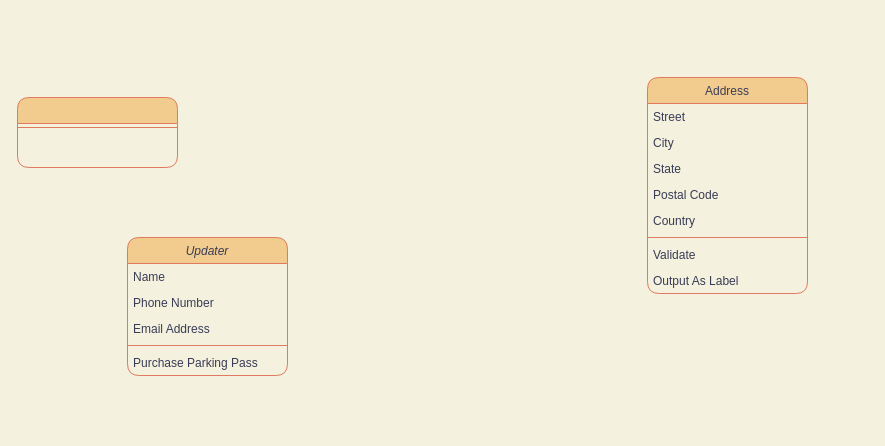
The draw.io diagram alas分解/未命名绘图.drawio in z291384521/Python-notebook, before the edit. Source tidied: cells renumbered, new cells numbered last; positions are measured from the earlier drawing's top-left corner, leaving out a move shared by most shapes. Both pictures are drawn from the tidied source at 100%, with x=0, y=0 at pixel (17, 77).
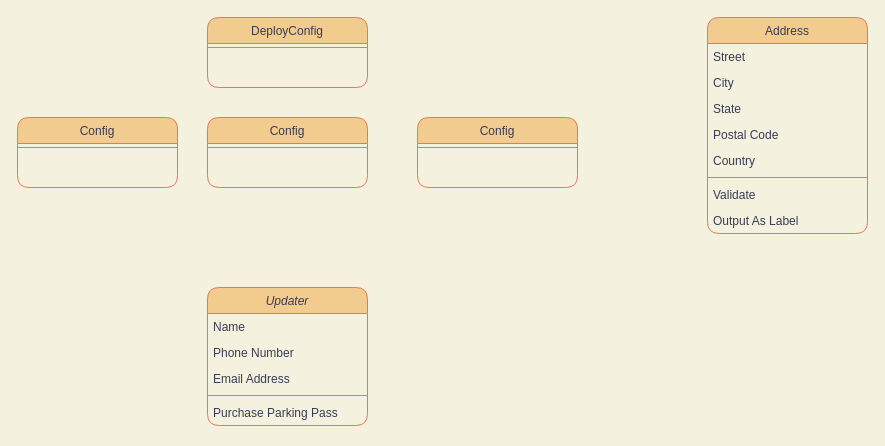
After the change.

Commit message:
更新未命名绘图.drawio

What changed in the source:
```diff
@@
     <mxCell id="2" value="Updater" style="swimlane;fontStyle=2;align=center;verticalAlign=top;horizontal=1;startSize=26;rounded=1;shadow=0;strokeWidth=1;fillColor=#F2CC8F;strokeColor=#E07A5F;fontColor=#393C56;" parent="1" vertex="1">
-      <mxGeometry x="110" y="160" width="160" height="138" as="geometry" />
+      <mxGeometry x="190" y="210" width="160" height="138" as="geometry" />
     </mxCell>
@@
-    <mxCell id="6" style="line;html=1;strokeWidth=1;align=left;verticalAlign=middle;spacingTop=-1;spacingLeft=3;spacingRight=3;labelPosition=right;labelBackgroundColor=#F4F1DE;fillColor=#F2CC8F;strokeColor=#E07A5F;fontColor=#393C56;rounded=1;" parent="2" vertex="1">
+    <mxCell id="6" style="line;html=1;strokeWidth=1;align=left;verticalAlign=middle;spacingTop=-1;spacingLeft=3;spacingRight=3;labelPosition=right;fillColor=#F2CC8F;strokeColor=#E07A5F;fontColor=#393C56;rounded=1;labelBackgroundColor=#F4F1DE;" parent="2" vertex="1">
       <mxGeometry y="104" width="160" height="8" as="geometry" />
     </mxCell>
@@
     <mxCell id="8" value="Address" style="swimlane;fontStyle=0;align=center;verticalAlign=top;horizontal=1;startSize=26;rounded=1;shadow=0;strokeWidth=1;fillColor=#F2CC8F;strokeColor=#E07A5F;fontColor=#393C56;" parent="1" vertex="1">
-      <mxGeometry x="630" width="160" height="216" as="geometry" />
+      <mxGeometry x="690" y="-60" width="160" height="216" as="geometry" />
     </mxCell>
@@
-    <mxCell id="14" style="line;html=1;strokeWidth=1;align=left;verticalAlign=middle;spacingTop=-1;spacingLeft=3;spacingRight=3;labelPosition=right;labelBackgroundColor=#F4F1DE;fillColor=#F2CC8F;strokeColor=#E07A5F;fontColor=#393C56;rounded=1;" parent="8" vertex="1">
+    <mxCell id="14" style="line;html=1;strokeWidth=1;align=left;verticalAlign=middle;spacingTop=-1;spacingLeft=3;spacingRight=3;labelPosition=right;fillColor=#F2CC8F;strokeColor=#E07A5F;fontColor=#393C56;rounded=1;labelBackgroundColor=#F4F1DE;" parent="8" vertex="1">
       <mxGeometry y="156" width="160" height="8" as="geometry" />
     </mxCell>
@@
-    <mxCell id="17" style="swimlane;fontStyle=0;align=center;verticalAlign=top;horizontal=1;startSize=26;rounded=1;shadow=0;strokeWidth=1;fillColor=#F2CC8F;strokeColor=#E07A5F;fontColor=#393C56;" parent="1" vertex="1">
-      <mxGeometry y="20" width="160" height="70" as="geometry" />
+    <mxCell id="17" value="Config" style="swimlane;fontStyle=0;align=center;verticalAlign=top;horizontal=1;startSize=26;rounded=1;shadow=0;strokeWidth=1;fillColor=#F2CC8F;strokeColor=#E07A5F;fontColor=#393C56;html=1;whiteSpace=wrap;" parent="1" vertex="1">
+      <mxGeometry y="40" width="160" height="70" as="geometry" />
     </mxCell>
-    <mxCell id="18" style="line;html=1;strokeWidth=1;align=left;verticalAlign=middle;spacingTop=-1;spacingLeft=3;spacingRight=3;labelPosition=right;labelBackgroundColor=#F4F1DE;fillColor=#F2CC8F;strokeColor=#E07A5F;fontColor=#393C56;rounded=1;" parent="17" vertex="1">
+    <mxCell id="18" style="line;html=1;strokeWidth=1;align=left;verticalAlign=middle;spacingTop=-1;spacingLeft=3;spacingRight=3;labelPosition=right;fillColor=#F2CC8F;strokeColor=#E07A5F;fontColor=#393C56;rounded=1;labelBackgroundColor=#F4F1DE;" parent="17" vertex="1">
       <mxGeometry y="26" width="160" height="8" as="geometry" />
     </mxCell>
+    <mxCell id="19" value="Config" style="swimlane;fontStyle=0;align=center;verticalAlign=top;horizontal=1;startSize=26;rounded=1;shadow=0;strokeWidth=1;fillColor=#F2CC8F;strokeColor=#E07A5F;fontColor=#393C56;html=1;whiteSpace=wrap;" parent="1" vertex="1">
+      <mxGeometry x="190" y="40" width="160" height="70" as="geometry" />
+    </mxCell>
+    <mxCell id="20" style="line;html=1;strokeWidth=1;align=left;verticalAlign=middle;spacingTop=-1;spacingLeft=3;spacingRight=3;labelPosition=right;fillColor=#F2CC8F;strokeColor=#E07A5F;fontColor=#393C56;rounded=1;labelBackgroundColor=#F4F1DE;" parent="19" vertex="1">
+      <mxGeometry y="26" width="160" height="8" as="geometry" />
+    </mxCell>
+    <mxCell id="21" value="Config" style="swimlane;fontStyle=0;align=center;verticalAlign=top;horizontal=1;startSize=26;rounded=1;shadow=0;strokeWidth=1;fillColor=#F2CC8F;strokeColor=#E07A5F;fontColor=#393C56;html=1;whiteSpace=wrap;" parent="1" vertex="1">
+      <mxGeometry x="400" y="40" width="160" height="70" as="geometry" />
+    </mxCell>
+    <mxCell id="22" style="line;html=1;strokeWidth=1;align=left;verticalAlign=middle;spacingTop=-1;spacingLeft=3;spacingRight=3;labelPosition=right;fillColor=#F2CC8F;strokeColor=#E07A5F;fontColor=#393C56;rounded=1;labelBackgroundColor=#F4F1DE;" parent="21" vertex="1">
+      <mxGeometry y="26" width="160" height="8" as="geometry" />
+    </mxCell>
+    <mxCell id="23" value="DeployConfig" style="swimlane;fontStyle=0;align=center;verticalAlign=top;horizontal=1;startSize=26;rounded=1;shadow=0;strokeWidth=1;fillColor=#F2CC8F;strokeColor=#E07A5F;fontColor=#393C56;" parent="1" vertex="1">
+      <mxGeometry x="190" y="-60" width="160" height="70" as="geometry" />
+    </mxCell>
+    <mxCell id="24" style="line;html=1;strokeWidth=1;align=left;verticalAlign=middle;spacingTop=-1;spacingLeft=3;spacingRight=3;labelPosition=right;labelBackgroundColor=#F4F1DE;fillColor=#F2CC8F;strokeColor=#E07A5F;fontColor=#393C56;rounded=1;" parent="23" vertex="1">
+      <mxGeometry y="26" width="160" height="8" as="geometry" />
+    </mxCell>
```
